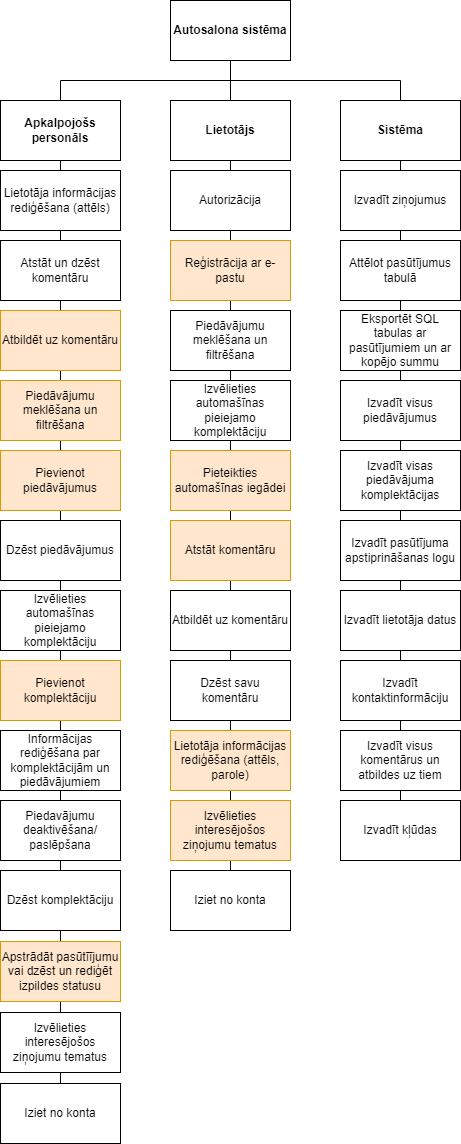
This is documentation/atteli/5. att. FD diagramma.png from rvt-prog-kval-24/DP41-Konstant-nsKotovi-s-T-mek-aLietotneAutoma-nuMekl-anaiUnP-rdo-anaiTie-saist-, a draw.io export, as it was before one commit. Source tidied: cells renumbered, new cells last; positions are measured from the earlier drawing's top-left corner, leaving out a move shared by most shapes. The source it was exported from:
```xml
<mxGraphModel background="#ffffff">
  <root>
    <mxCell id="0" />
    <mxCell id="1" parent="0" />
    <mxCell id="2" style="endArrow=none;html=1;rounded=0;entryX=0.5;entryY=0;entryDx=0;entryDy=0;exitX=0.5;exitY=0;exitDx=0;exitDy=0;" parent="1" edge="1" source="31" target="11">
      <mxGeometry relative="1" as="geometry" />
    </mxCell>
    <mxCell id="3" style="endArrow=none;html=1;rounded=0;entryX=0.5;entryY=0;entryDx=0;entryDy=0;exitX=0.5;exitY=0;exitDx=0;exitDy=0;" parent="1" edge="1" source="27" target="10">
      <mxGeometry relative="1" as="geometry" />
    </mxCell>
    <mxCell id="4" style="endArrow=none;html=1;rounded=0;entryX=0.5;entryY=1;entryDx=0;entryDy=0;exitX=0.5;exitY=0;exitDx=0;exitDy=0;" parent="1" edge="1" source="14" target="5">
      <mxGeometry relative="1" as="geometry" />
    </mxCell>
    <mxCell id="5" value="&lt;b&gt;Autosalona sistēma&lt;/b&gt;" style="rounded=0;whiteSpace=wrap;html=1;" parent="1" vertex="1">
      <mxGeometry x="170" width="120" height="60" as="geometry" />
    </mxCell>
    <mxCell id="6" value="Autorizācija" style="rounded=0;whiteSpace=wrap;html=1;" parent="1" vertex="1">
      <mxGeometry x="170" y="170" width="120" height="60" as="geometry" />
    </mxCell>
    <mxCell id="7" value="Reģistrācija ar e-pastu" style="rounded=0;whiteSpace=wrap;html=1;fillColor=#ffe6cc;strokeColor=#d79b00;" parent="1" vertex="1">
      <mxGeometry x="170" y="240" width="120" height="60" as="geometry" />
    </mxCell>
    <mxCell id="8" value="Pieteikties automašīnas iegādei" style="rounded=0;whiteSpace=wrap;html=1;fillColor=#ffe6cc;strokeColor=#d79b00;" parent="1" vertex="1">
      <mxGeometry x="170" y="450" width="120" height="60" as="geometry" />
    </mxCell>
    <mxCell id="9" value="&lt;b&gt;Lietotājs&lt;/b&gt;" style="rounded=0;whiteSpace=wrap;html=1;" parent="1" vertex="1">
      <mxGeometry x="170" y="100" width="120" height="60" as="geometry" />
    </mxCell>
    <mxCell id="10" value="&lt;b&gt;Apkalpojošs personāls&lt;/b&gt;" style="rounded=0;whiteSpace=wrap;html=1;" parent="1" vertex="1">
      <mxGeometry y="100" width="120" height="60" as="geometry" />
    </mxCell>
    <mxCell id="11" value="&lt;b&gt;Sistēma&lt;/b&gt;" style="rounded=0;whiteSpace=wrap;html=1;" parent="1" vertex="1">
      <mxGeometry x="340" y="100" width="120" height="60" as="geometry" />
    </mxCell>
    <mxCell id="12" value="Piedāvājumu meklēšana un filtrēšana" style="rounded=0;whiteSpace=wrap;html=1;" parent="1" vertex="1">
      <mxGeometry x="170" y="310" width="120" height="60" as="geometry" />
    </mxCell>
    <mxCell id="13" value="Atstāt komentāru" style="rounded=0;whiteSpace=wrap;html=1;fillColor=#ffe6cc;strokeColor=#d79b00;" parent="1" vertex="1">
      <mxGeometry x="170" y="520" width="120" height="60" as="geometry" />
    </mxCell>
    <mxCell id="14" value="Iziet no konta" style="rounded=0;whiteSpace=wrap;html=1;" parent="1" vertex="1">
      <mxGeometry x="170" y="870" width="120" height="60" as="geometry" />
    </mxCell>
    <mxCell id="15" style="endArrow=none;html=1;rounded=0;" parent="1" edge="1">
      <mxGeometry relative="1" as="geometry">
        <mxPoint x="60" y="80" as="sourcePoint" />
        <mxPoint x="400" y="80" as="targetPoint" />
      </mxGeometry>
    </mxCell>
    <mxCell id="16" style="endArrow=none;html=1;rounded=0;exitX=0.5;exitY=0;exitDx=0;exitDy=0;" parent="1" edge="1" source="11">
      <mxGeometry relative="1" as="geometry">
        <mxPoint x="400" y="80" as="targetPoint" />
      </mxGeometry>
    </mxCell>
    <mxCell id="17" style="endArrow=none;html=1;rounded=0;exitX=0.5;exitY=0;exitDx=0;exitDy=0;" parent="1" edge="1" source="10">
      <mxGeometry relative="1" as="geometry">
        <mxPoint x="60" y="80" as="targetPoint" />
      </mxGeometry>
    </mxCell>
    <mxCell id="18" value="Izvadīt ziņojumus" style="rounded=0;whiteSpace=wrap;html=1;" parent="1" vertex="1">
      <mxGeometry x="340" y="170" width="120" height="60" as="geometry" />
    </mxCell>
    <mxCell id="19" value="Eksportēt SQL tabulas ar pasūtījumiem un ar kopējo summu" style="rounded=0;whiteSpace=wrap;html=1;" parent="1" vertex="1">
      <mxGeometry x="340" y="310" width="120" height="60" as="geometry" />
    </mxCell>
    <mxCell id="20" value="Lietotāja informācijas rediģēšana (attēls, parole)" style="rounded=0;whiteSpace=wrap;html=1;fillColor=#ffe6cc;strokeColor=#d79b00;" parent="1" vertex="1">
      <mxGeometry x="170" y="730" width="120" height="60" as="geometry" />
    </mxCell>
    <mxCell id="21" value="Lietotāja informācijas rediģēšana (attēls)" style="rounded=0;whiteSpace=wrap;html=1;" parent="1" vertex="1">
      <mxGeometry y="170" width="120" height="60" as="geometry" />
    </mxCell>
    <mxCell id="22" value="Atstāt un dzēst komentāru" style="rounded=0;whiteSpace=wrap;html=1;" parent="1" vertex="1">
      <mxGeometry y="240" width="120" height="60" as="geometry" />
    </mxCell>
    <mxCell id="23" value="Apstrādāt pasūtīījumu vai dzēst un rediģēt izpildes statusu" style="rounded=0;whiteSpace=wrap;html=1;fillColor=#ffe6cc;strokeColor=#d79b00;" parent="1" vertex="1">
      <mxGeometry y="941" width="120" height="60" as="geometry" />
    </mxCell>
    <mxCell id="24" value="Piedāvājumu meklēšana un filtrēšana" style="rounded=0;whiteSpace=wrap;html=1;fillColor=#ffe6cc;strokeColor=#d79b00;" parent="1" vertex="1">
      <mxGeometry y="380" width="120" height="60" as="geometry" />
    </mxCell>
    <mxCell id="25" value="Pievienot piedāvājumus" style="rounded=0;whiteSpace=wrap;html=1;fillColor=#ffe6cc;strokeColor=#d79b00;" parent="1" vertex="1">
      <mxGeometry y="450" width="120" height="60" as="geometry" />
    </mxCell>
    <mxCell id="26" value="Pievienot komplektāciju" style="rounded=0;whiteSpace=wrap;html=1;fillColor=#ffe6cc;strokeColor=#d79b00;" parent="1" vertex="1">
      <mxGeometry y="660" width="120" height="60" as="geometry" />
    </mxCell>
    <mxCell id="27" value="Iziet no konta" style="rounded=0;whiteSpace=wrap;html=1;" parent="1" vertex="1">
      <mxGeometry y="1083" width="120" height="60" as="geometry" />
    </mxCell>
    <mxCell id="28" value="Izvadīt visus piedāvājumus" style="rounded=0;whiteSpace=wrap;html=1;" parent="1" vertex="1">
      <mxGeometry x="340" y="380" width="120" height="60" as="geometry" />
    </mxCell>
    <mxCell id="29" value="Izvadīt visus komentārus un atbildes uz tiem" style="rounded=0;whiteSpace=wrap;html=1;" parent="1" vertex="1">
      <mxGeometry x="340" y="730" width="120" height="60" as="geometry" />
    </mxCell>
    <mxCell id="30" value="Izvadīt lietotāja datus" style="rounded=0;whiteSpace=wrap;html=1;" parent="1" vertex="1">
      <mxGeometry x="340" y="590" width="120" height="60" as="geometry" />
    </mxCell>
    <mxCell id="31" value="Izvadīt kļūdas" style="rounded=0;whiteSpace=wrap;html=1;" parent="1" vertex="1">
      <mxGeometry x="340" y="800" width="120" height="60" as="geometry" />
    </mxCell>
    <mxCell id="32" value="Dzēst savu komentāru" style="rounded=0;whiteSpace=wrap;html=1;" parent="1" vertex="1">
      <mxGeometry x="170" y="660" width="120" height="60" as="geometry" />
    </mxCell>
    <mxCell id="33" value="Dzēst piedāvājumus" style="rounded=0;whiteSpace=wrap;html=1;" parent="1" vertex="1">
      <mxGeometry y="520" width="120" height="60" as="geometry" />
    </mxCell>
    <mxCell id="34" value="Dzēst komplektāciju" style="rounded=0;whiteSpace=wrap;html=1;" parent="1" vertex="1">
      <mxGeometry y="870" width="120" height="60" as="geometry" />
    </mxCell>
    <mxCell id="35" value="Atbildēt uz komentāru" style="rounded=0;whiteSpace=wrap;html=1;fillColor=#ffe6cc;strokeColor=#d79b00;" parent="1" vertex="1">
      <mxGeometry y="310" width="120" height="60" as="geometry" />
    </mxCell>
    <mxCell id="36" value="Izvēlieties interesējošos ziņojumu tematus" style="rounded=0;whiteSpace=wrap;html=1;" parent="1" vertex="1">
      <mxGeometry y="1012" width="120" height="60" as="geometry" />
    </mxCell>
    <mxCell id="37" value="Izvēlieties interesējošos ziņojumu tematus" style="rounded=0;whiteSpace=wrap;html=1;fillColor=#ffe6cc;strokeColor=#d79b00;" parent="1" vertex="1">
      <mxGeometry x="170" y="800" width="120" height="60" as="geometry" />
    </mxCell>
    <mxCell id="38" value="Izvadīt visas piedāvājuma komplektācijas" style="rounded=0;whiteSpace=wrap;html=1;" parent="1" vertex="1">
      <mxGeometry x="340" y="450" width="120" height="60" as="geometry" />
    </mxCell>
    <mxCell id="39" value="Attēlot pasūtījumus tabulā" style="rounded=0;whiteSpace=wrap;html=1;" parent="1" vertex="1">
      <mxGeometry x="340" y="240" width="120" height="60" as="geometry" />
    </mxCell>
    <mxCell id="40" value="Informācijas rediģēšana par komplektācijām un piedāvājumiem" style="rounded=0;whiteSpace=wrap;html=1;" parent="1" vertex="1">
      <mxGeometry y="730" width="120" height="60" as="geometry" />
    </mxCell>
    <mxCell id="41" value="Atbildēt uz komentāru" style="rounded=0;whiteSpace=wrap;html=1;" parent="1" vertex="1">
      <mxGeometry x="170" y="590" width="120" height="60" as="geometry" />
    </mxCell>
    <mxCell id="42" value="Piedavājumu deaktivēšana&lt;span style=&quot;background-color: initial;&quot;&gt;/&lt;/span&gt;&lt;div&gt;&lt;span style=&quot;background-color: initial;&quot;&gt;paslēpšana&lt;/span&gt;&lt;/div&gt;" style="rounded=0;whiteSpace=wrap;html=1;" parent="1" vertex="1">
      <mxGeometry y="800" width="120" height="60" as="geometry" />
    </mxCell>
    <mxCell id="43" value="Izvēlieties automašīnas pieiejamo komplektāciju" style="rounded=0;whiteSpace=wrap;html=1;" parent="1" vertex="1">
      <mxGeometry x="170" y="380" width="120" height="60" as="geometry" />
    </mxCell>
    <mxCell id="44" value="Izvadīt pasūtījuma apstiprināšanas logu" style="rounded=0;whiteSpace=wrap;html=1;" parent="1" vertex="1">
      <mxGeometry x="340" y="520" width="120" height="60" as="geometry" />
    </mxCell>
    <mxCell id="45" value="Izvēlieties automašīnas pieiejamo komplektāciju" style="rounded=0;whiteSpace=wrap;html=1;" parent="1" vertex="1">
      <mxGeometry y="590" width="120" height="60" as="geometry" />
    </mxCell>
    <mxCell id="46" value="Izvadīt kontaktinformāciju" style="rounded=0;whiteSpace=wrap;html=1;" parent="1" vertex="1">
      <mxGeometry x="340" y="660" width="120" height="60" as="geometry" />
    </mxCell>
  </root>
</mxGraphModel>
```
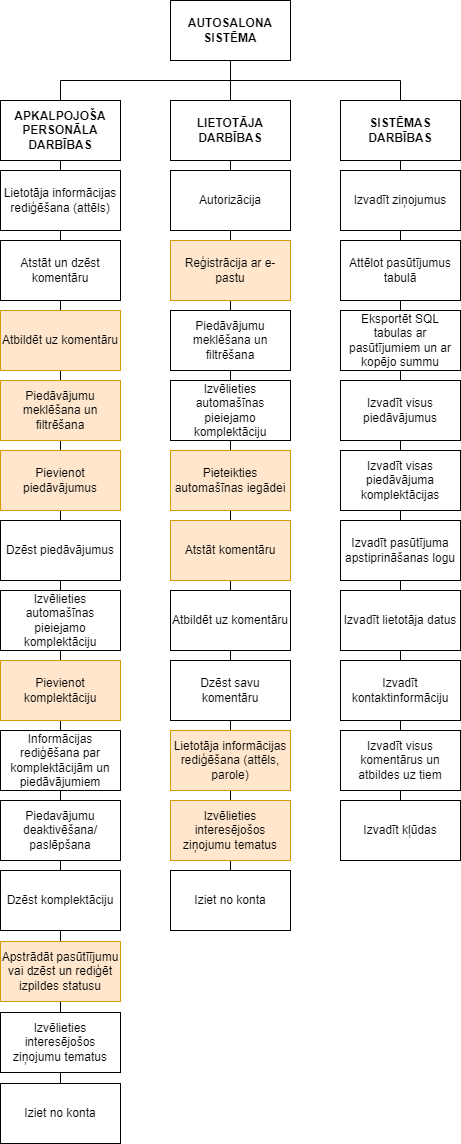
After the change.

The edit, as a diff of the source:
```diff
@@ -11,7 +11,7 @@
     <mxCell id="4" style="endArrow=none;html=1;rounded=0;entryX=0.5;entryY=1;entryDx=0;entryDy=0;exitX=0.5;exitY=0;exitDx=0;exitDy=0;" parent="1" edge="1" source="14" target="5">
       <mxGeometry relative="1" as="geometry" />
     </mxCell>
-    <mxCell id="5" value="&lt;b&gt;Autosalona sistēma&lt;/b&gt;" style="rounded=0;whiteSpace=wrap;html=1;" parent="1" vertex="1">
+    <mxCell id="5" value="&lt;b&gt;AUTOSALONA SISTĒMA&lt;/b&gt;" style="rounded=0;whiteSpace=wrap;html=1;" parent="1" vertex="1">
       <mxGeometry x="170" width="120" height="60" as="geometry" />
     </mxCell>
     <mxCell id="6" value="Autorizācija" style="rounded=0;whiteSpace=wrap;html=1;" parent="1" vertex="1">
@@ -23,13 +23,13 @@
     <mxCell id="8" value="Pieteikties automašīnas iegādei" style="rounded=0;whiteSpace=wrap;html=1;fillColor=#ffe6cc;strokeColor=#d79b00;" parent="1" vertex="1">
       <mxGeometry x="170" y="450" width="120" height="60" as="geometry" />
     </mxCell>
-    <mxCell id="9" value="&lt;b&gt;Lietotājs&lt;/b&gt;" style="rounded=0;whiteSpace=wrap;html=1;" parent="1" vertex="1">
+    <mxCell id="9" value="&lt;b&gt;LIETOTĀJA DARBĪBAS&lt;/b&gt;" style="rounded=0;whiteSpace=wrap;html=1;" parent="1" vertex="1">
       <mxGeometry x="170" y="100" width="120" height="60" as="geometry" />
     </mxCell>
-    <mxCell id="10" value="&lt;b&gt;Apkalpojošs personāls&lt;/b&gt;" style="rounded=0;whiteSpace=wrap;html=1;" parent="1" vertex="1">
+    <mxCell id="10" value="&lt;b&gt;APKALPOJOŠA PERSONĀLA DARBĪBAS&lt;/b&gt;" style="rounded=0;whiteSpace=wrap;html=1;" parent="1" vertex="1">
       <mxGeometry y="100" width="120" height="60" as="geometry" />
     </mxCell>
-    <mxCell id="11" value="&lt;b&gt;Sistēma&lt;/b&gt;" style="rounded=0;whiteSpace=wrap;html=1;" parent="1" vertex="1">
+    <mxCell id="11" value="&lt;b&gt;SISTĒMAS DARBĪBAS&lt;/b&gt;" style="rounded=0;whiteSpace=wrap;html=1;" parent="1" vertex="1">
       <mxGeometry x="340" y="100" width="120" height="60" as="geometry" />
     </mxCell>
     <mxCell id="12" value="Piedāvājumu meklēšana un filtrēšana" style="rounded=0;whiteSpace=wrap;html=1;" parent="1" vertex="1">
```
